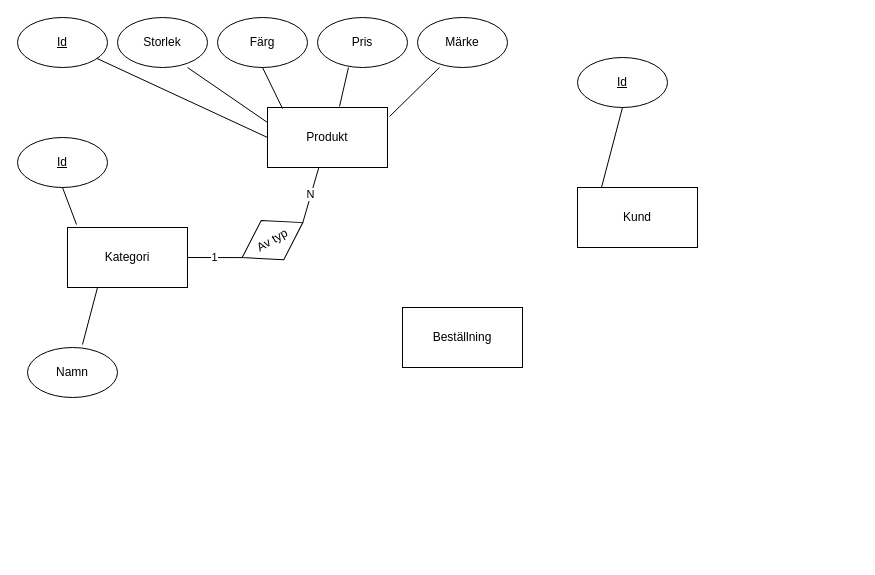
Above: Untitled Diagram.drawio in AntonRolin/Inlamningsuppgift1_Databas (draw.io), before the change. Source tidied: cells renumbered, new cells numbered last; positions are measured from the earlier drawing's top-left corner, leaving out a move shared by most shapes. Both pictures are drawn from the tidied source at 100%, with x=0, y=0 at pixel (17, 17).
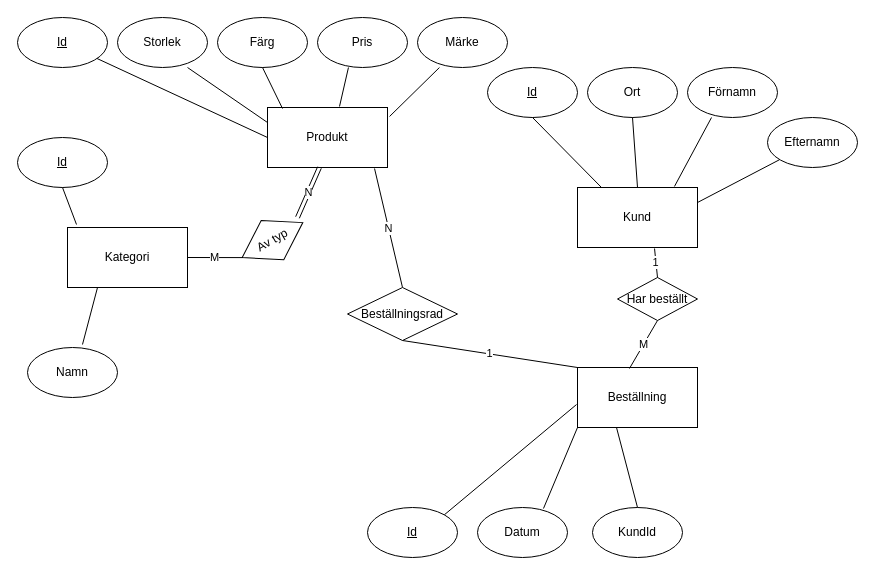
After the change.

The change refers to these unchanged cells:
```xml
<mxCell id="2" value="&lt;div&gt;Produkt&lt;/div&gt;" style="rounded=0;whiteSpace=wrap;html=1;" parent="1" vertex="1">
  <mxGeometry x="250" y="90" width="120" height="60" as="geometry" />
</mxCell>
<mxCell id="3" value="Kategori" style="rounded=0;whiteSpace=wrap;html=1;" parent="1" vertex="1">
  <mxGeometry x="50" y="210" width="120" height="60" as="geometry" />
</mxCell>
<mxCell id="4" value="Kund" style="rounded=0;whiteSpace=wrap;html=1;" parent="1" vertex="1">
  <mxGeometry x="560" y="170" width="120" height="60" as="geometry" />
</mxCell>
<mxCell id="20" value="Av typ" style="rhombus;whiteSpace=wrap;html=1;rotation=-30;" parent="1" vertex="1">
  <mxGeometry x="220" y="200" width="70" height="45.2" as="geometry" />
</mxCell>
```

Change to the diagram source:
```diff
@@
     <mxCell id="5" value="&lt;div&gt;Beställning&lt;/div&gt;" style="rounded=0;whiteSpace=wrap;html=1;" parent="1" vertex="1">
-      <mxGeometry x="385" y="290" width="120" height="60" as="geometry" />
+      <mxGeometry x="560" y="350" width="120" height="60" as="geometry" />
     </mxCell>
@@
-    <mxCell id="21" value="1" style="endArrow=none;html=1;exitX=1;exitY=0.5;exitDx=0;exitDy=0;entryX=0;entryY=0.5;entryDx=0;entryDy=0;" parent="1" edge="1" source="3" target="20">
+    <mxCell id="21" value="M" style="endArrow=none;html=1;exitX=1;exitY=0.5;exitDx=0;exitDy=0;entryX=0;entryY=0.5;entryDx=0;entryDy=0;" parent="1" edge="1" source="3" target="20">
       <mxGeometry relative="1" as="geometry" />
     </mxCell>
-    <mxCell id="22" value="N" style="endArrow=none;html=1;exitX=1;exitY=0.5;exitDx=0;exitDy=0;" parent="1" edge="1" source="20" target="2">
-      <mxGeometry relative="1" as="geometry" />
-    </mxCell>
     <mxCell id="23" value="&lt;u&gt;Id&lt;/u&gt;" style="ellipse;whiteSpace=wrap;html=1;" parent="1" vertex="1">
-      <mxGeometry x="560" y="40" width="90" height="50" as="geometry" />
+      <mxGeometry x="470" y="50" width="90" height="50" as="geometry" />
     </mxCell>
@@
+    <mxCell id="25" value="Datum" style="ellipse;whiteSpace=wrap;html=1;" parent="1" vertex="1">
+      <mxGeometry x="460" y="490" width="90" height="50" as="geometry" />
+    </mxCell>
+    <mxCell id="26" style="endArrow=none;html=1;exitX=0.733;exitY=0.02;exitDx=0;exitDy=0;exitPerimeter=0;entryX=0;entryY=1;entryDx=0;entryDy=0;" parent="1" edge="1" source="25" target="5">
+      <mxGeometry relative="1" as="geometry" />
+    </mxCell>
+    <mxCell id="27" value="Har beställt" style="rhombus;whiteSpace=wrap;html=1;" parent="1" vertex="1">
+      <mxGeometry x="600" y="260" width="80" height="43" as="geometry" />
+    </mxCell>
+    <mxCell id="28" value="N" style="shape=link;html=1;rounded=0;entryX=0.433;entryY=1;entryDx=0;entryDy=0;entryPerimeter=0;" parent="1" edge="1" target="2">
+      <mxGeometry relative="1" as="geometry">
+        <mxPoint x="280" y="200" as="sourcePoint" />
+      </mxGeometry>
+    </mxCell>
+    <mxCell id="29" style="html=1;align=right;verticalAlign=bottom;" parent="28" vertex="1">
+      <mxGeometry x="1" relative="1" as="geometry" />
+    </mxCell>
+    <mxCell id="30" value="1" style="endArrow=none;html=1;exitX=0.5;exitY=0;exitDx=0;exitDy=0;entryX=0.642;entryY=1.017;entryDx=0;entryDy=0;entryPerimeter=0;" parent="1" edge="1" source="27" target="4">
+      <mxGeometry relative="1" as="geometry" />
+    </mxCell>
+    <mxCell id="31" value="N" style="endArrow=none;html=1;entryX=0.892;entryY=1.017;entryDx=0;entryDy=0;exitX=0.5;exitY=0;exitDx=0;exitDy=0;entryPerimeter=0;" parent="1" edge="1" source="33" target="2">
+      <mxGeometry relative="1" as="geometry" />
+    </mxCell>
+    <mxCell id="32" value="M" style="endArrow=none;html=1;entryX=0.5;entryY=1;entryDx=0;entryDy=0;exitX=0.433;exitY=0.017;exitDx=0;exitDy=0;exitPerimeter=0;" parent="1" edge="1" source="5" target="27">
+      <mxGeometry relative="1" as="geometry" />
+    </mxCell>
+    <mxCell id="33" value="Beställningsrad" style="rhombus;whiteSpace=wrap;html=1;" parent="1" vertex="1">
+      <mxGeometry x="330" y="270" width="110" height="53" as="geometry" />
+    </mxCell>
+    <mxCell id="34" value="1" style="endArrow=none;html=1;entryX=0.5;entryY=1;entryDx=0;entryDy=0;exitX=0;exitY=0;exitDx=0;exitDy=0;" parent="1" edge="1" source="5" target="33">
+      <mxGeometry relative="1" as="geometry" />
+    </mxCell>
+    <mxCell id="35" value="&lt;u&gt;Id&lt;/u&gt;" style="ellipse;whiteSpace=wrap;html=1;" parent="1" vertex="1">
+      <mxGeometry x="350" y="490" width="90" height="50" as="geometry" />
+    </mxCell>
+    <mxCell id="36" style="endArrow=none;html=1;entryX=-0.008;entryY=0.617;entryDx=0;entryDy=0;entryPerimeter=0;exitX=1;exitY=0;exitDx=0;exitDy=0;" parent="1" edge="1" source="35" target="5">
+      <mxGeometry relative="1" as="geometry" />
+    </mxCell>
+    <mxCell id="37" value="KundId" style="ellipse;whiteSpace=wrap;html=1;" parent="1" vertex="1">
+      <mxGeometry x="575" y="490" width="90" height="50" as="geometry" />
+    </mxCell>
+    <mxCell id="38" value="Ort" style="ellipse;whiteSpace=wrap;html=1;" parent="1" vertex="1">
+      <mxGeometry x="570" y="50" width="90" height="50" as="geometry" />
+    </mxCell>
+    <mxCell id="39" style="endArrow=none;html=1;exitX=0.5;exitY=0;exitDx=0;exitDy=0;entryX=0.325;entryY=1;entryDx=0;entryDy=0;entryPerimeter=0;" parent="1" edge="1" source="37" target="5">
+      <mxGeometry relative="1" as="geometry" />
+    </mxCell>
+    <mxCell id="40" style="endArrow=none;html=1;entryX=0.5;entryY=1;entryDx=0;entryDy=0;exitX=0.5;exitY=0;exitDx=0;exitDy=0;" parent="1" edge="1" source="4" target="38">
+      <mxGeometry relative="1" as="geometry" />
+    </mxCell>
+    <mxCell id="41" value="Förnamn" style="ellipse;whiteSpace=wrap;html=1;" parent="1" vertex="1">
+      <mxGeometry x="670" y="50" width="90" height="50" as="geometry" />
+    </mxCell>
+    <mxCell id="42" style="endArrow=none;html=1;entryX=0.267;entryY=1;entryDx=0;entryDy=0;entryPerimeter=0;exitX=0.808;exitY=-0.017;exitDx=0;exitDy=0;exitPerimeter=0;" parent="1" edge="1" source="4" target="41">
+      <mxGeometry relative="1" as="geometry" />
+    </mxCell>
+    <mxCell id="43" value="Efternamn" style="ellipse;whiteSpace=wrap;html=1;" parent="1" vertex="1">
+      <mxGeometry x="750" y="100" width="90" height="50" as="geometry" />
+    </mxCell>
+    <mxCell id="44" style="endArrow=none;html=1;exitX=1;exitY=0.25;exitDx=0;exitDy=0;" parent="1" edge="1" source="4" target="43">
+      <mxGeometry relative="1" as="geometry" />
+    </mxCell>
```
